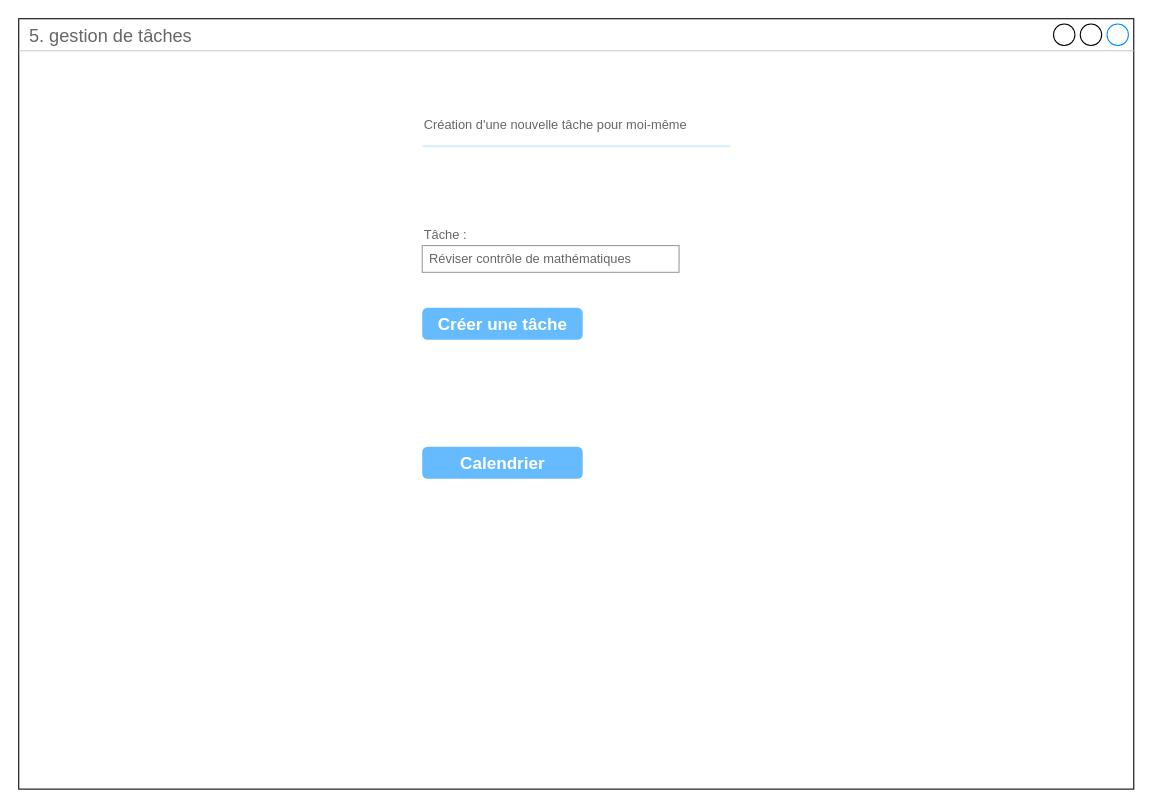
This is page "5. gestion de tâches - élève" (7 of 8) of P3 - maquettes.drawio from GDSDC/OpenclassroomsProject-P3, a draw.io file, before an edit. Source tidied: cells renumbered, new cells numbered last; positions are measured from the earlier drawing's top-left corner, leaving out a move shared by most shapes. Both pictures are drawn from the tidied source at 107%, with x=0, y=0 at pixel (18, 18).
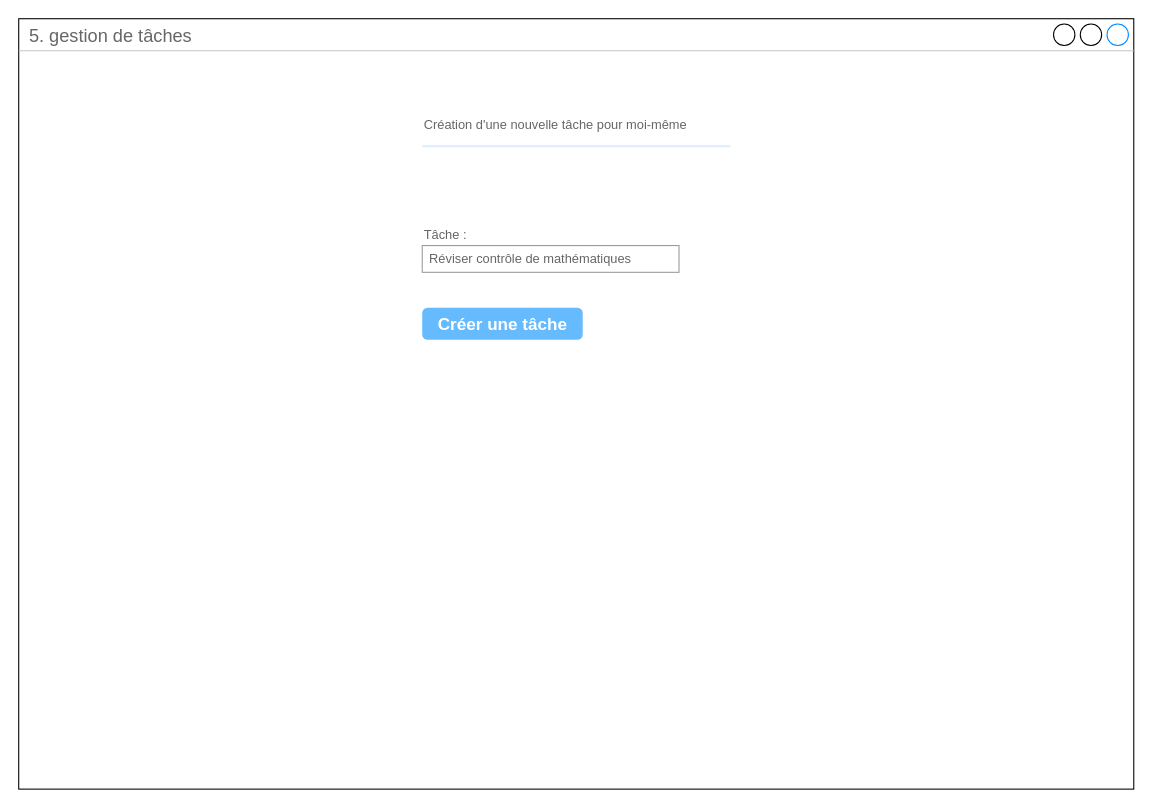
The same page after the edit.

Change to the diagram source:
```diff
@@
 <mxGraphModel>
   <root>
     <mxCell id="0" />
     <mxCell id="1" parent="0" />
     <mxCell id="2" value="5. gestion de tâches" style="strokeWidth=1;shadow=0;dashed=0;align=center;html=1;shape=mxgraph.mockup.containers.window;align=left;verticalAlign=top;spacingLeft=8;strokeColor2=#008cff;strokeColor3=#c4c4c4;fontColor=#666666;mainText=;fontSize=17;labelBackgroundColor=none;" parent="1" vertex="1">
       <mxGeometry width="1042.1" height="720" as="geometry" />
     </mxCell>
     <mxCell id="3" value="Création d'une nouvelle tâche pour moi-même" style="strokeWidth=1;shadow=0;dashed=0;align=center;html=1;shape=mxgraph.mockup.forms.anchor;fontSize=12;fontColor=#666666;align=left;spacingLeft=0;" parent="1" vertex="1">
       <mxGeometry x="377.1" y="90" width="160" height="20" as="geometry" />
     </mxCell>
     <mxCell id="4" style="shape=line;strokeColor=#ddeeff;strokeWidth=2;html=1;" parent="1" vertex="1">
       <mxGeometry x="377.1" y="114" width="288" height="10" as="geometry" />
     </mxCell>
     <mxCell id="5" value="Tâche :" style="strokeWidth=1;shadow=0;dashed=0;align=center;html=1;shape=mxgraph.mockup.forms.anchor;fontSize=12;fontColor=#666666;align=left;spacingLeft=0;" parent="1" vertex="1">
       <mxGeometry x="377.1" y="192" width="160" height="20" as="geometry" />
     </mxCell>
     <mxCell id="6" value="Réviser contrôle de mathématiques" style="strokeWidth=1;shadow=0;dashed=0;align=center;html=1;shape=mxgraph.mockup.forms.rrect;rSize=0;strokeColor=#999999;fontColor=#666666;align=left;spacingLeft=5;" parent="1" vertex="1">
       <mxGeometry x="377.1" y="212" width="240" height="25" as="geometry" />
     </mxCell>
     <mxCell id="7" value="Créer une tâche" style="strokeWidth=1;shadow=0;dashed=0;align=center;html=1;shape=mxgraph.mockup.forms.rrect;rSize=5;strokeColor=none;fontColor=#ffffff;fillColor=#66bbff;fontSize=16;fontStyle=1;" parent="1" vertex="1">
       <mxGeometry x="377.1" y="270" width="150" height="30" as="geometry" />
     </mxCell>
-    <mxCell id="8" value="Calendrier" style="strokeWidth=1;shadow=0;dashed=0;align=center;html=1;shape=mxgraph.mockup.forms.rrect;rSize=5;strokeColor=none;fontColor=#ffffff;fillColor=#66bbff;fontSize=16;fontStyle=1;" parent="1" vertex="1">
-      <mxGeometry x="377.1" y="400" width="150" height="30" as="geometry" />
-    </mxCell>
   </root>
 </mxGraphModel>
```
